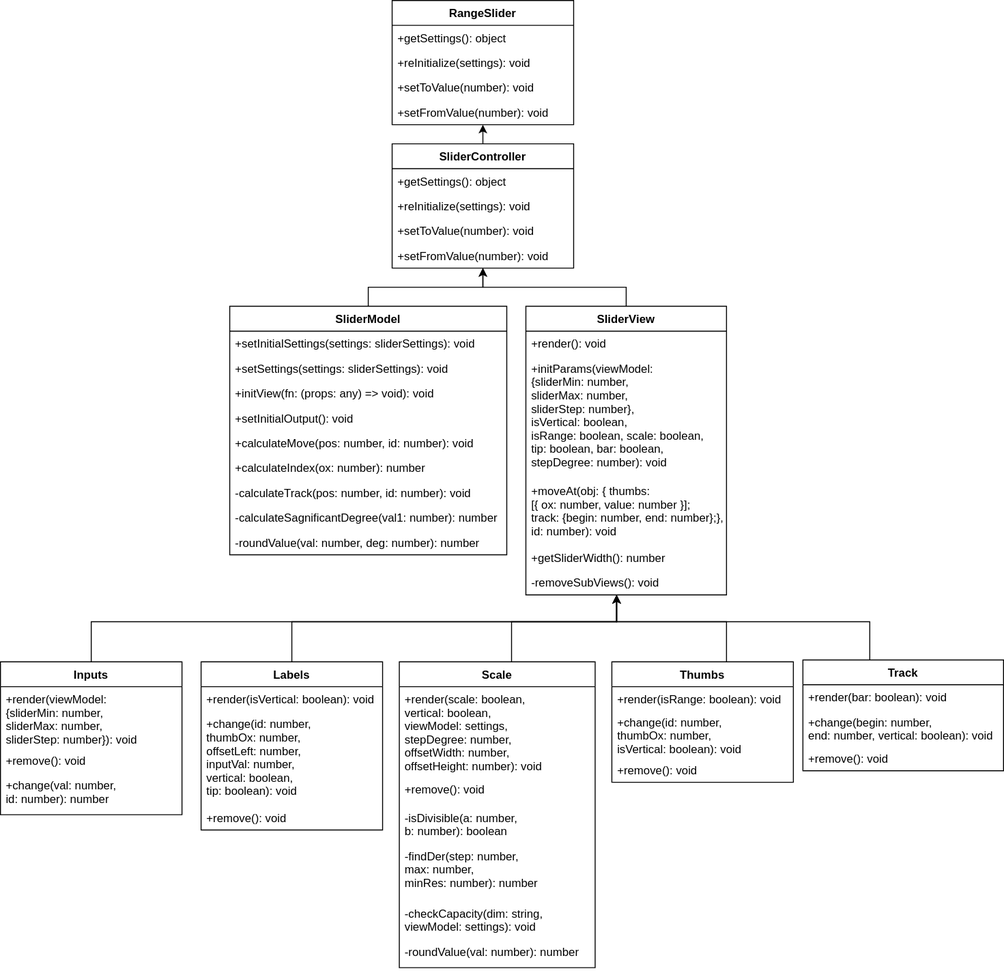
Earlier version of the draw.io export src/assets/slider-uml.drawio.svg (TimurPrh/range-slider). Source tidied: cells renumbered, new cells last; positions are measured from the earlier drawing's top-left corner, leaving out a move shared by most shapes. Its diagram source:
```xml
<mxGraphModel>
  <root>
    <mxCell id="0" />
    <mxCell id="1" parent="0" />
    <mxCell id="2" value="RangeSlider" style="swimlane;fontStyle=1;align=center;verticalAlign=top;horizontal=1;startSize=26;" parent="1" vertex="1">
      <mxGeometry x="410" width="190" height="130" as="geometry" />
    </mxCell>
    <mxCell id="3" value="+getSettings(): object" style="text;strokeColor=none;fillColor=none;align=left;verticalAlign=top;spacingLeft=4;spacingRight=4;overflow=hidden;" parent="2" vertex="1">
      <mxGeometry y="26" width="190" height="26" as="geometry" />
    </mxCell>
    <mxCell id="4" value="+reInitialize(settings): void" style="text;strokeColor=none;fillColor=none;align=left;verticalAlign=top;spacingLeft=4;spacingRight=4;overflow=hidden;" parent="2" vertex="1">
      <mxGeometry y="52" width="190" height="26" as="geometry" />
    </mxCell>
    <mxCell id="5" value="+setToValue(number): void" style="text;strokeColor=none;fillColor=none;align=left;verticalAlign=top;spacingLeft=4;spacingRight=4;overflow=hidden;" parent="2" vertex="1">
      <mxGeometry y="78" width="190" height="26" as="geometry" />
    </mxCell>
    <mxCell id="6" value="+setFromValue(number): void" style="text;strokeColor=none;fillColor=none;align=left;verticalAlign=top;spacingLeft=4;spacingRight=4;overflow=hidden;" parent="2" vertex="1">
      <mxGeometry y="104" width="190" height="26" as="geometry" />
    </mxCell>
    <mxCell id="7" style="edgeStyle=orthogonalEdgeStyle;rounded=0;jettySize=auto;html=1;labelBorderColor=none;strokeColor=default;" parent="1" edge="1" source="15" target="10">
      <mxGeometry relative="1" as="geometry" />
    </mxCell>
    <mxCell id="8" style="edgeStyle=orthogonalEdgeStyle;rounded=0;jettySize=auto;html=1;labelBorderColor=none;strokeColor=default;" parent="1" edge="1" source="29" target="10">
      <mxGeometry relative="1" as="geometry" />
    </mxCell>
    <mxCell id="9" style="edgeStyle=orthogonalEdgeStyle;rounded=0;jettySize=auto;html=1;labelBorderColor=none;strokeColor=default;" parent="1" edge="1" source="10" target="2">
      <mxGeometry relative="1" as="geometry">
        <Array as="points">
          <mxPoint x="545" y="200" />
          <mxPoint x="545" y="200" />
        </Array>
      </mxGeometry>
    </mxCell>
    <mxCell id="10" value="SliderController" style="swimlane;fontStyle=1;align=center;verticalAlign=top;horizontal=1;startSize=26;" parent="1" vertex="1">
      <mxGeometry x="410" y="150" width="190" height="130" as="geometry" />
    </mxCell>
    <mxCell id="11" value="+getSettings(): object" style="text;strokeColor=none;fillColor=none;align=left;verticalAlign=top;spacingLeft=4;spacingRight=4;overflow=hidden;" parent="10" vertex="1">
      <mxGeometry y="26" width="190" height="26" as="geometry" />
    </mxCell>
    <mxCell id="12" value="+reInitialize(settings): void" style="text;strokeColor=none;fillColor=none;align=left;verticalAlign=top;spacingLeft=4;spacingRight=4;overflow=hidden;" parent="10" vertex="1">
      <mxGeometry y="52" width="190" height="26" as="geometry" />
    </mxCell>
    <mxCell id="13" value="+setToValue(number): void" style="text;strokeColor=none;fillColor=none;align=left;verticalAlign=top;spacingLeft=4;spacingRight=4;overflow=hidden;" parent="10" vertex="1">
      <mxGeometry y="78" width="190" height="26" as="geometry" />
    </mxCell>
    <mxCell id="14" value="+setFromValue(number): void" style="text;strokeColor=none;fillColor=none;align=left;verticalAlign=top;spacingLeft=4;spacingRight=4;overflow=hidden;" parent="10" vertex="1">
      <mxGeometry y="104" width="190" height="26" as="geometry" />
    </mxCell>
    <mxCell id="15" value="SliderModel" style="swimlane;fontStyle=1;align=center;verticalAlign=top;horizontal=1;startSize=26;" parent="1" vertex="1">
      <mxGeometry x="240" y="320" width="290" height="260" as="geometry" />
    </mxCell>
    <mxCell id="16" value="+setInitialSettings(settings: sliderSettings): void" style="text;strokeColor=none;fillColor=none;align=left;verticalAlign=top;spacingLeft=4;spacingRight=4;overflow=hidden;" parent="15" vertex="1">
      <mxGeometry y="26" width="290" height="26" as="geometry" />
    </mxCell>
    <mxCell id="17" value="+setSettings(settings: sliderSettings): void" style="text;strokeColor=none;fillColor=none;align=left;verticalAlign=top;spacingLeft=4;spacingRight=4;overflow=hidden;" parent="15" vertex="1">
      <mxGeometry y="52" width="290" height="26" as="geometry" />
    </mxCell>
    <mxCell id="18" value="+initView(fn: (props: any) =&gt; void): void" style="text;strokeColor=none;fillColor=none;align=left;verticalAlign=top;spacingLeft=4;spacingRight=4;overflow=hidden;" parent="15" vertex="1">
      <mxGeometry y="78" width="290" height="26" as="geometry" />
    </mxCell>
    <mxCell id="19" value="+setInitialOutput(): void" style="text;strokeColor=none;fillColor=none;align=left;verticalAlign=top;spacingLeft=4;spacingRight=4;overflow=hidden;" parent="15" vertex="1">
      <mxGeometry y="104" width="290" height="26" as="geometry" />
    </mxCell>
    <mxCell id="20" value="+calculateMove(pos: number, id: number): void" style="text;strokeColor=none;fillColor=none;align=left;verticalAlign=top;spacingLeft=4;spacingRight=4;overflow=hidden;" parent="15" vertex="1">
      <mxGeometry y="130" width="290" height="26" as="geometry" />
    </mxCell>
    <mxCell id="21" value="+calculateIndex(ox: number): number" style="text;strokeColor=none;fillColor=none;align=left;verticalAlign=top;spacingLeft=4;spacingRight=4;overflow=hidden;" parent="15" vertex="1">
      <mxGeometry y="156" width="290" height="26" as="geometry" />
    </mxCell>
    <mxCell id="22" value="-calculateTrack(pos: number, id: number): void" style="text;strokeColor=none;fillColor=none;align=left;verticalAlign=top;spacingLeft=4;spacingRight=4;overflow=hidden;" parent="15" vertex="1">
      <mxGeometry y="182" width="290" height="26" as="geometry" />
    </mxCell>
    <mxCell id="23" value="-calculateSagnificantDegree(val1: number): number" style="text;strokeColor=none;fillColor=none;align=left;verticalAlign=top;spacingLeft=4;spacingRight=4;overflow=hidden;" parent="15" vertex="1">
      <mxGeometry y="208" width="290" height="26" as="geometry" />
    </mxCell>
    <mxCell id="24" value="-roundValue(val: number, deg: number): number" style="text;strokeColor=none;fillColor=none;align=left;verticalAlign=top;spacingLeft=4;spacingRight=4;overflow=hidden;" parent="15" vertex="1">
      <mxGeometry y="234" width="290" height="26" as="geometry" />
    </mxCell>
    <mxCell id="25" style="edgeStyle=orthogonalEdgeStyle;rounded=0;jettySize=auto;html=1;labelBorderColor=none;strokeColor=default;" parent="1" edge="1" source="47" target="29">
      <mxGeometry relative="1" as="geometry">
        <Array as="points">
          <mxPoint x="535" y="650" />
          <mxPoint x="645" y="650" />
        </Array>
      </mxGeometry>
    </mxCell>
    <mxCell id="26" style="edgeStyle=orthogonalEdgeStyle;rounded=0;jettySize=auto;html=1;labelBorderColor=none;strokeColor=default;" parent="1" edge="1" source="35" target="29">
      <mxGeometry relative="1" as="geometry">
        <Array as="points">
          <mxPoint x="95" y="650" />
          <mxPoint x="645" y="650" />
        </Array>
      </mxGeometry>
    </mxCell>
    <mxCell id="27" style="edgeStyle=orthogonalEdgeStyle;rounded=0;jettySize=auto;html=1;labelBorderColor=none;strokeColor=default;" parent="1" edge="1" source="54" target="29">
      <mxGeometry relative="1" as="geometry">
        <Array as="points">
          <mxPoint x="760" y="650" />
          <mxPoint x="645" y="650" />
        </Array>
      </mxGeometry>
    </mxCell>
    <mxCell id="28" style="edgeStyle=orthogonalEdgeStyle;rounded=0;jettySize=auto;html=1;labelBorderColor=none;strokeColor=default;" parent="1" edge="1" source="39" target="29">
      <mxGeometry relative="1" as="geometry">
        <Array as="points">
          <mxPoint x="910" y="650" />
          <mxPoint x="645" y="650" />
        </Array>
      </mxGeometry>
    </mxCell>
    <mxCell id="29" value="SliderView" style="swimlane;fontStyle=1;align=center;verticalAlign=top;horizontal=1;startSize=26;" parent="1" vertex="1">
      <mxGeometry x="550" y="320" width="210" height="302" as="geometry" />
    </mxCell>
    <mxCell id="30" value="+render(): void" style="text;strokeColor=none;fillColor=none;align=left;verticalAlign=top;spacingLeft=4;spacingRight=4;overflow=hidden;" parent="29" vertex="1">
      <mxGeometry y="26" width="210" height="26" as="geometry" />
    </mxCell>
    <mxCell id="31" value="+initParams(viewModel: &#10;{sliderMin: number, &#10;sliderMax: number,&#10;sliderStep: number},&#10;isVertical: boolean,&#10;isRange: boolean, scale: boolean,&#10;tip: boolean, bar: boolean,&#10;stepDegree: number): void" style="text;strokeColor=none;fillColor=none;align=left;verticalAlign=top;spacingLeft=4;spacingRight=4;overflow=hidden;direction=east;" parent="29" vertex="1">
      <mxGeometry y="52" width="210" height="128" as="geometry" />
    </mxCell>
    <mxCell id="32" value="+moveAt(obj: { thumbs: &#10;[{ ox: number, value: number }];&#10;track: {begin: number, end: number};},&#10;id: number): void" style="text;strokeColor=none;fillColor=none;align=left;verticalAlign=top;spacingLeft=4;spacingRight=4;overflow=hidden;" parent="29" vertex="1">
      <mxGeometry y="180" width="210" height="70" as="geometry" />
    </mxCell>
    <mxCell id="33" value="+getSliderWidth(): number" style="text;strokeColor=none;fillColor=none;align=left;verticalAlign=top;spacingLeft=4;spacingRight=4;overflow=hidden;" parent="29" vertex="1">
      <mxGeometry y="250" width="210" height="26" as="geometry" />
    </mxCell>
    <mxCell id="34" value="-removeSubViews(): void" style="text;strokeColor=none;fillColor=none;align=left;verticalAlign=top;spacingLeft=4;spacingRight=4;overflow=hidden;" parent="29" vertex="1">
      <mxGeometry y="276" width="210" height="26" as="geometry" />
    </mxCell>
    <mxCell id="35" value="Inputs" style="swimlane;fontStyle=1;align=center;verticalAlign=top;horizontal=1;startSize=26;" parent="1" vertex="1">
      <mxGeometry y="692" width="190" height="160" as="geometry" />
    </mxCell>
    <mxCell id="36" value="+render(viewModel: &#10;{sliderMin: number,&#10;sliderMax: number, &#10;sliderStep: number}): void" style="text;strokeColor=none;fillColor=none;align=left;verticalAlign=top;spacingLeft=4;spacingRight=4;overflow=hidden;" parent="35" vertex="1">
      <mxGeometry y="26" width="190" height="64" as="geometry" />
    </mxCell>
    <mxCell id="37" value="+remove(): void" style="text;strokeColor=none;fillColor=none;align=left;verticalAlign=top;spacingLeft=4;spacingRight=4;overflow=hidden;" parent="35" vertex="1">
      <mxGeometry y="90" width="190" height="26" as="geometry" />
    </mxCell>
    <mxCell id="38" value="+change(val: number,&#10;id: number): number" style="text;strokeColor=none;fillColor=none;align=left;verticalAlign=top;spacingLeft=4;spacingRight=4;overflow=hidden;direction=east;" parent="35" vertex="1">
      <mxGeometry y="116" width="190" height="44" as="geometry" />
    </mxCell>
    <mxCell id="39" value="Track" style="swimlane;fontStyle=1;align=center;verticalAlign=top;horizontal=1;startSize=26;" parent="1" vertex="1">
      <mxGeometry x="840" y="690" width="210" height="116" as="geometry" />
    </mxCell>
    <mxCell id="40" value="+render(bar: boolean): void" style="text;strokeColor=none;fillColor=none;align=left;verticalAlign=top;spacingLeft=4;spacingRight=4;overflow=hidden;" parent="39" vertex="1">
      <mxGeometry y="26" width="210" height="26" as="geometry" />
    </mxCell>
    <mxCell id="41" value="+change(begin: number,&#10;end: number, vertical: boolean): void" style="text;strokeColor=none;fillColor=none;align=left;verticalAlign=top;spacingLeft=4;spacingRight=4;overflow=hidden;direction=east;" parent="39" vertex="1">
      <mxGeometry y="52" width="210" height="38" as="geometry" />
    </mxCell>
    <mxCell id="42" value="+remove(): void" style="text;strokeColor=none;fillColor=none;align=left;verticalAlign=top;spacingLeft=4;spacingRight=4;overflow=hidden;" parent="39" vertex="1">
      <mxGeometry y="90" width="210" height="26" as="geometry" />
    </mxCell>
    <mxCell id="43" value="Labels" style="swimlane;fontStyle=1;align=center;verticalAlign=top;horizontal=1;startSize=26;" parent="1" vertex="1">
      <mxGeometry x="210" y="692" width="190" height="176" as="geometry" />
    </mxCell>
    <mxCell id="44" value="+render(isVertical: boolean): void" style="text;strokeColor=none;fillColor=none;align=left;verticalAlign=top;spacingLeft=4;spacingRight=4;overflow=hidden;" parent="43" vertex="1">
      <mxGeometry y="26" width="190" height="26" as="geometry" />
    </mxCell>
    <mxCell id="45" value="+change(id: number,&#10;thumbOx: number,&#10;offsetLeft: number, &#10;inputVal: number,&#10;vertical: boolean,&#10;tip: boolean): void" style="text;strokeColor=none;fillColor=none;align=left;verticalAlign=top;spacingLeft=4;spacingRight=4;overflow=hidden;direction=east;" parent="43" vertex="1">
      <mxGeometry y="52" width="190" height="98" as="geometry" />
    </mxCell>
    <mxCell id="46" value="+remove(): void" style="text;strokeColor=none;fillColor=none;align=left;verticalAlign=top;spacingLeft=4;spacingRight=4;overflow=hidden;" parent="43" vertex="1">
      <mxGeometry y="150" width="190" height="26" as="geometry" />
    </mxCell>
    <mxCell id="47" value="Scale" style="swimlane;fontStyle=1;align=center;verticalAlign=top;horizontal=1;startSize=26;" parent="1" vertex="1">
      <mxGeometry x="417.5" y="692" width="205" height="320" as="geometry" />
    </mxCell>
    <mxCell id="48" value="+render(scale: boolean,&#10;vertical: boolean,&#10;viewModel: settings,&#10;stepDegree: number,&#10;offsetWidth: number,&#10;offsetHeight: number): void" style="text;strokeColor=none;fillColor=none;align=left;verticalAlign=top;spacingLeft=4;spacingRight=4;overflow=hidden;" parent="47" vertex="1">
      <mxGeometry y="26" width="205" height="94" as="geometry" />
    </mxCell>
    <mxCell id="49" value="+remove(): void" style="text;strokeColor=none;fillColor=none;align=left;verticalAlign=top;spacingLeft=4;spacingRight=4;overflow=hidden;" parent="47" vertex="1">
      <mxGeometry y="120" width="205" height="30" as="geometry" />
    </mxCell>
    <mxCell id="50" value="-isDivisible(a: number,&#10;b: number): boolean&#10;" style="text;strokeColor=none;fillColor=none;align=left;verticalAlign=top;spacingLeft=4;spacingRight=4;overflow=hidden;" parent="47" vertex="1">
      <mxGeometry y="150" width="205" height="40" as="geometry" />
    </mxCell>
    <mxCell id="51" value="-findDer(step: number,&#10;max: number,&#10;minRes: number): number&#10;" style="text;strokeColor=none;fillColor=none;align=left;verticalAlign=top;spacingLeft=4;spacingRight=4;overflow=hidden;" parent="47" vertex="1">
      <mxGeometry y="190" width="205" height="60" as="geometry" />
    </mxCell>
    <mxCell id="52" value="-checkCapacity(dim: string,&#10;viewModel: settings): void" style="text;strokeColor=none;fillColor=none;align=left;verticalAlign=top;spacingLeft=4;spacingRight=4;overflow=hidden;direction=east;" parent="47" vertex="1">
      <mxGeometry y="250" width="205" height="40" as="geometry" />
    </mxCell>
    <mxCell id="53" value="-roundValue(val: number): number" style="text;strokeColor=none;fillColor=none;align=left;verticalAlign=top;spacingLeft=4;spacingRight=4;overflow=hidden;" parent="47" vertex="1">
      <mxGeometry y="290" width="205" height="30" as="geometry" />
    </mxCell>
    <mxCell id="54" value="Thumbs" style="swimlane;fontStyle=1;align=center;verticalAlign=top;horizontal=1;startSize=26;" parent="1" vertex="1">
      <mxGeometry x="640" y="692" width="190" height="126" as="geometry" />
    </mxCell>
    <mxCell id="55" value="+render(isRange: boolean): void" style="text;strokeColor=none;fillColor=none;align=left;verticalAlign=top;spacingLeft=4;spacingRight=4;overflow=hidden;" parent="54" vertex="1">
      <mxGeometry y="26" width="190" height="24" as="geometry" />
    </mxCell>
    <mxCell id="56" value="+change(id: number,&#10;thumbOx: number,&#10;isVertical: boolean): void" style="text;strokeColor=none;fillColor=none;align=left;verticalAlign=top;spacingLeft=4;spacingRight=4;overflow=hidden;direction=east;" parent="54" vertex="1">
      <mxGeometry y="50" width="190" height="50" as="geometry" />
    </mxCell>
    <mxCell id="57" value="+remove(): void" style="text;strokeColor=none;fillColor=none;align=left;verticalAlign=top;spacingLeft=4;spacingRight=4;overflow=hidden;" parent="54" vertex="1">
      <mxGeometry y="100" width="190" height="26" as="geometry" />
    </mxCell>
    <mxCell id="58" style="edgeStyle=orthogonalEdgeStyle;rounded=0;jettySize=auto;html=1;labelBorderColor=none;strokeColor=default;exitX=0.5;exitY=0;exitDx=0;exitDy=0;" parent="1" edge="1" source="43" target="29">
      <mxGeometry relative="1" as="geometry">
        <Array as="points">
          <mxPoint x="305" y="650" />
          <mxPoint x="645" y="650" />
        </Array>
      </mxGeometry>
    </mxCell>
  </root>
</mxGraphModel>
```
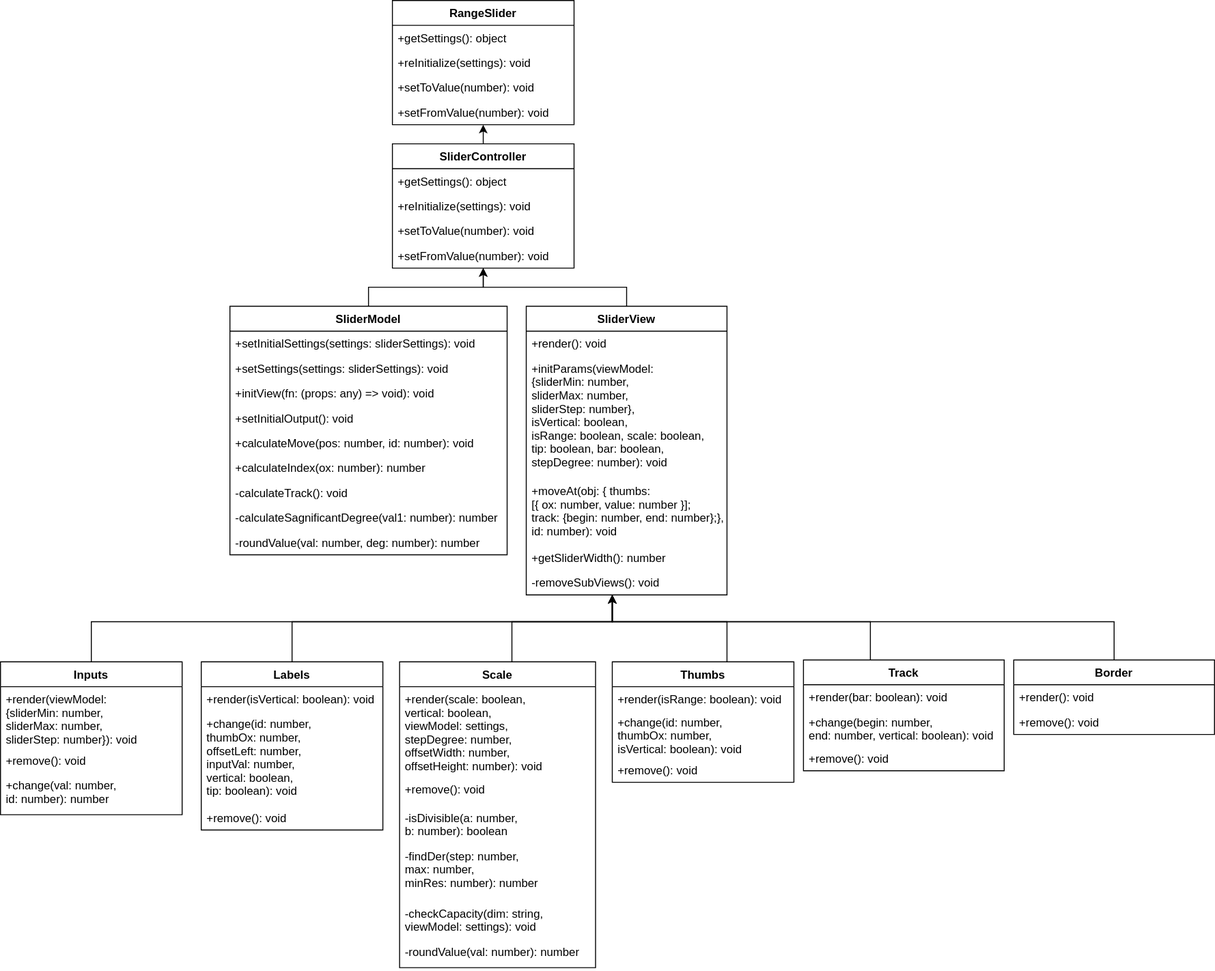
After the commit.

Commit message:
добавил элемент subview - border

Diff of the diagram source:
```diff
@@ -67,7 +67,7 @@
     <mxCell id="21" value="+calculateIndex(ox: number): number" style="text;strokeColor=none;fillColor=none;align=left;verticalAlign=top;spacingLeft=4;spacingRight=4;overflow=hidden;" parent="15" vertex="1">
       <mxGeometry y="156" width="290" height="26" as="geometry" />
     </mxCell>
-    <mxCell id="22" value="-calculateTrack(pos: number, id: number): void" style="text;strokeColor=none;fillColor=none;align=left;verticalAlign=top;spacingLeft=4;spacingRight=4;overflow=hidden;" parent="15" vertex="1">
+    <mxCell id="22" value="-calculateTrack(): void" style="text;strokeColor=none;fillColor=none;align=left;verticalAlign=top;spacingLeft=4;spacingRight=4;overflow=hidden;" parent="15" vertex="1">
       <mxGeometry y="182" width="290" height="26" as="geometry" />
     </mxCell>
     <mxCell id="23" value="-calculateSagnificantDegree(val1: number): number" style="text;strokeColor=none;fillColor=none;align=left;verticalAlign=top;spacingLeft=4;spacingRight=4;overflow=hidden;" parent="15" vertex="1">
@@ -80,7 +80,7 @@
       <mxGeometry relative="1" as="geometry">
         <Array as="points">
           <mxPoint x="535" y="650" />
-          <mxPoint x="645" y="650" />
+          <mxPoint x="640" y="650" />
         </Array>
       </mxGeometry>
     </mxCell>
@@ -88,7 +88,7 @@
       <mxGeometry relative="1" as="geometry">
         <Array as="points">
           <mxPoint x="95" y="650" />
-          <mxPoint x="645" y="650" />
+          <mxPoint x="640" y="650" />
         </Array>
       </mxGeometry>
     </mxCell>
@@ -96,7 +96,7 @@
       <mxGeometry relative="1" as="geometry">
         <Array as="points">
           <mxPoint x="760" y="650" />
-          <mxPoint x="645" y="650" />
+          <mxPoint x="640" y="650" />
         </Array>
       </mxGeometry>
     </mxCell>
@@ -104,7 +104,7 @@
       <mxGeometry relative="1" as="geometry">
         <Array as="points">
           <mxPoint x="910" y="650" />
-          <mxPoint x="645" y="650" />
+          <mxPoint x="640" y="650" />
         </Array>
       </mxGeometry>
     </mxCell>
@@ -199,9 +199,26 @@
       <mxGeometry relative="1" as="geometry">
         <Array as="points">
           <mxPoint x="305" y="650" />
-          <mxPoint x="645" y="650" />
+          <mxPoint x="640" y="650" />
         </Array>
       </mxGeometry>
     </mxCell>
+    <mxCell id="59" style="edgeStyle=orthogonalEdgeStyle;rounded=0;jettySize=auto;html=1;jumpSize=3;" parent="1" edge="1" source="60" target="29">
+      <mxGeometry relative="1" as="geometry">
+        <Array as="points">
+          <mxPoint x="1165" y="650" />
+          <mxPoint x="640" y="650" />
+        </Array>
+      </mxGeometry>
+    </mxCell>
+    <mxCell id="60" value="Border" style="swimlane;fontStyle=1;align=center;verticalAlign=top;horizontal=1;startSize=26;" parent="1" vertex="1">
+      <mxGeometry x="1060" y="690" width="210" height="78" as="geometry" />
+    </mxCell>
+    <mxCell id="61" value="+render(): void" style="text;strokeColor=none;fillColor=none;align=left;verticalAlign=top;spacingLeft=4;spacingRight=4;overflow=hidden;" parent="60" vertex="1">
+      <mxGeometry y="26" width="210" height="26" as="geometry" />
+    </mxCell>
+    <mxCell id="62" value="+remove(): void" style="text;strokeColor=none;fillColor=none;align=left;verticalAlign=top;spacingLeft=4;spacingRight=4;overflow=hidden;" parent="60" vertex="1">
+      <mxGeometry y="52" width="210" height="26" as="geometry" />
+    </mxCell>
   </root>
 </mxGraphModel>
```
